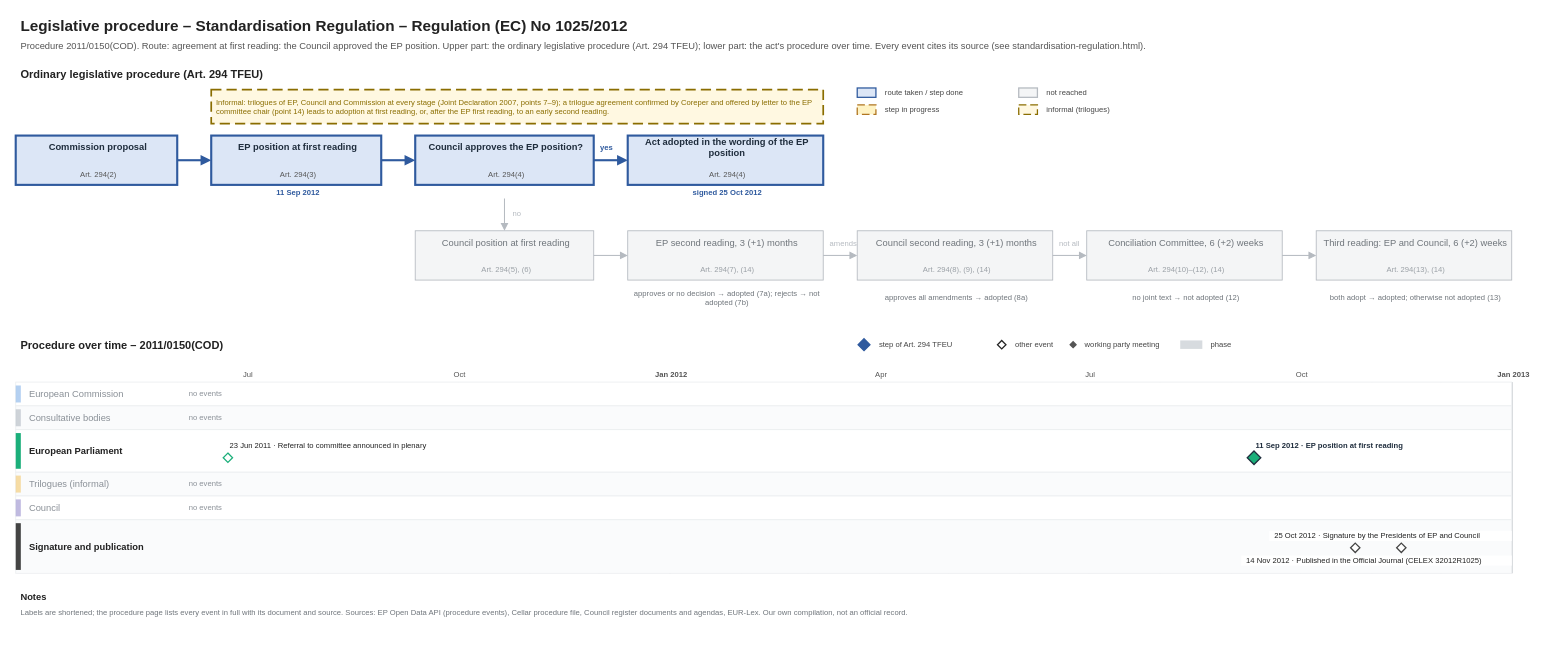
The draw.io diagram procedures/standardisation-regulation.drawio in git-z0man/eu-regulation-timeline, before the edit. Source tidied: cells renumbered, new cells numbered last; positions are measured from the earlier drawing's top-left corner, leaving out a move shared by most shapes. Both pictures are drawn from the tidied source at 85%, with x=0, y=0 at pixel (15, 14).
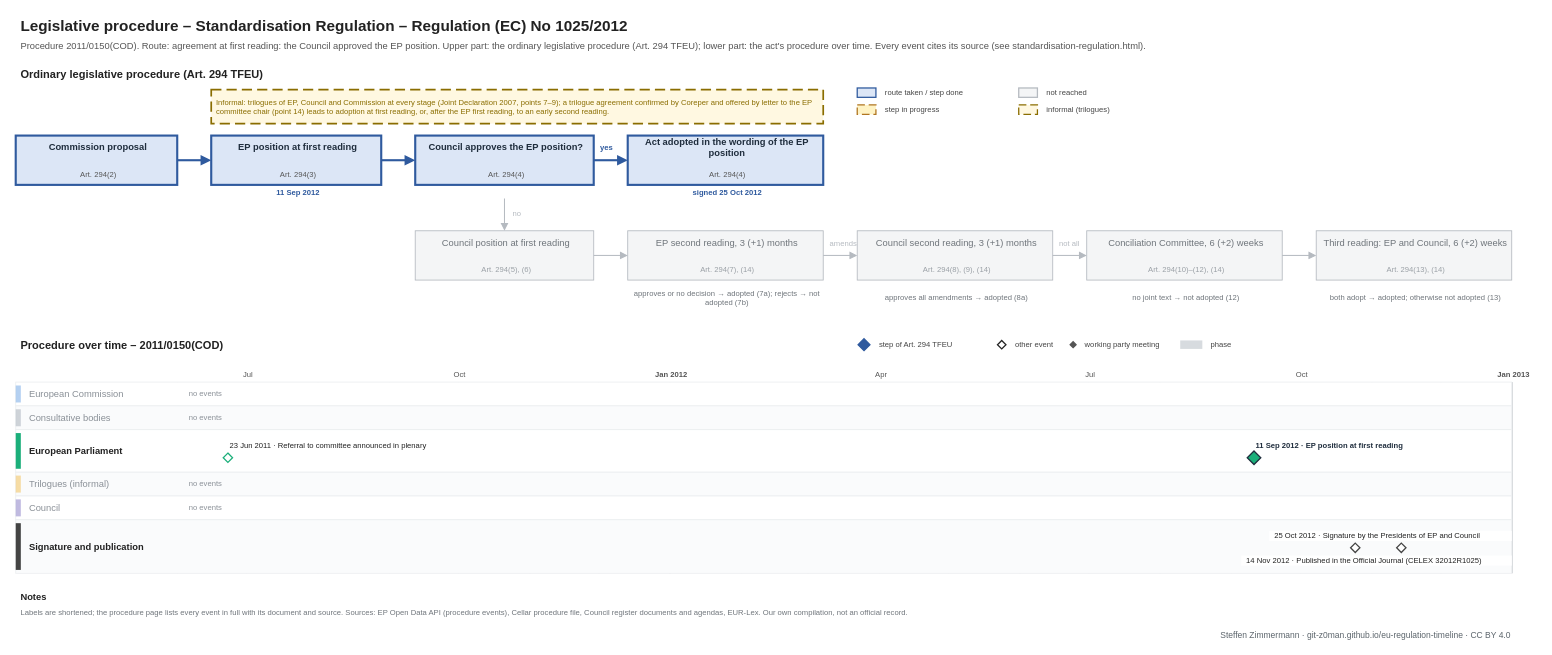
After the change.

Diff of the diagram source:
```diff
@@
+    <mxCell id="128" value="Steffen Zimmermann · git-z0man.github.io/eu-regulation-timeline · CC BY 4.0" style="text;html=1;fontSize=10;fontColor=#5b646b;align=right;verticalAlign=middle;spacingLeft=4;" parent="1" vertex="1">
+      <mxGeometry y="721" width="1760" height="16" as="geometry" />
+    </mxCell>
```
